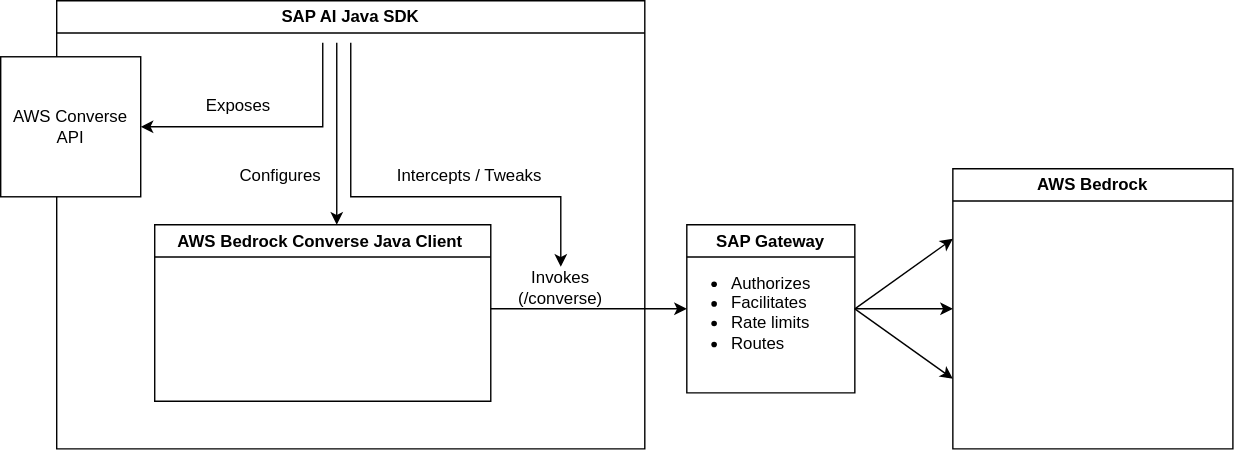
The draw.io diagram docs/adrs/images/option_d.drawio.svg in SAP/ai-sdk-java, before a commit. Source tidied: cells renumbered, new cells last; positions are measured from the earlier drawing's top-left corner, leaving out a move shared by most shapes.
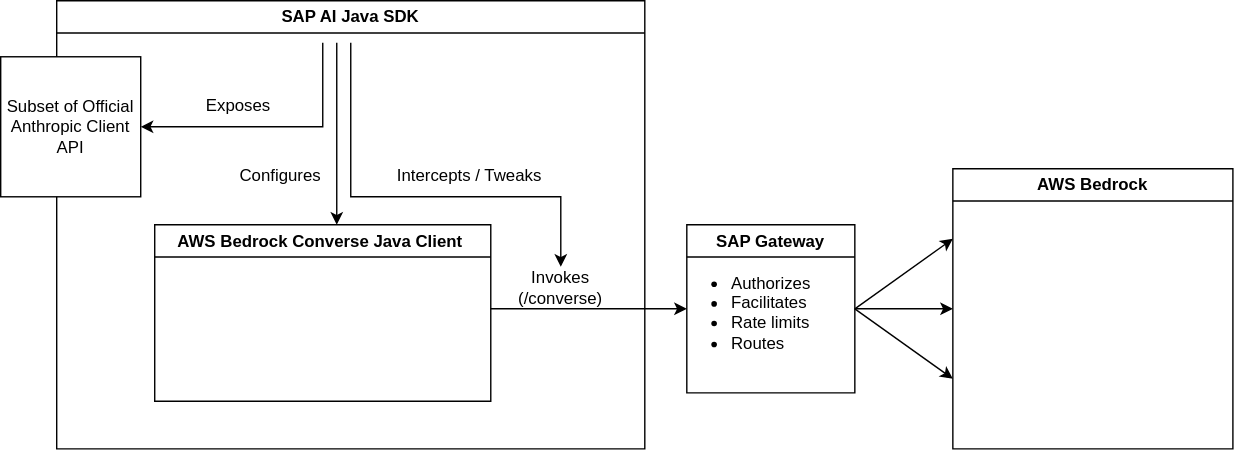
Later version of the same file.

Commit message:
fix option d scheme

The edit, as a diff of the source:
```diff
@@ -8,7 +8,7 @@
     <mxCell id="3" value="SAP AI Java SDK" style="swimlane;whiteSpace=wrap;html=1;" parent="1" vertex="1">
       <mxGeometry x="40" width="420" height="320" as="geometry" />
     </mxCell>
-    <mxCell id="4" value="AWS Converse API" style="whiteSpace=wrap;html=1;" parent="3" vertex="1">
+    <mxCell id="4" value="Subset of Official Anthropic Client API" style="whiteSpace=wrap;html=1;" parent="3" vertex="1">
       <mxGeometry x="-40" y="40" width="100" height="100" as="geometry" />
     </mxCell>
     <mxCell id="5" value="Exposes" style="text;html=1;whiteSpace=wrap;strokeColor=none;fillColor=none;align=center;verticalAlign=middle;rounded=0;" parent="3" vertex="1">
```
